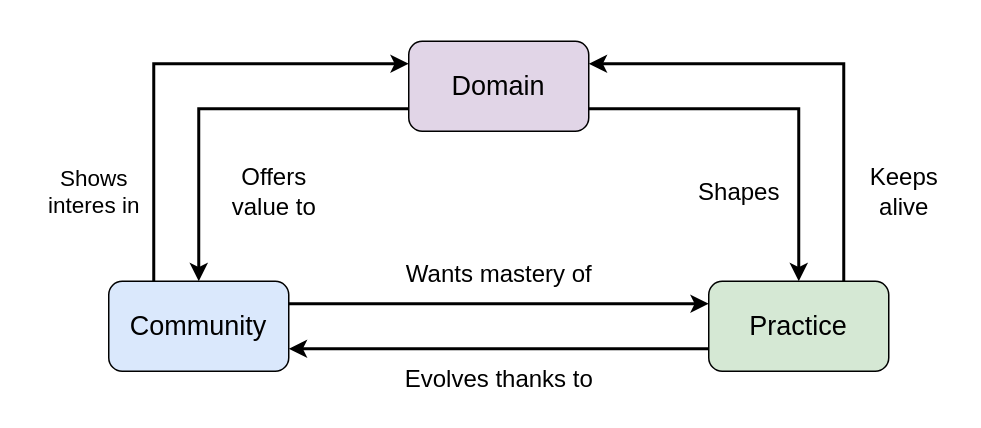
speregil/Thesis-Document keeps this draw.io diagram as Figures & Tables/Chapter 2/Figure 2 - Elements of a Community of Practice.drawio. Above is the earlier version. Source tidied: cells renumbered, new cells numbered last; positions are measured from the earlier drawing's top-left corner, leaving out a move shared by most shapes. Both pictures are drawn from the tidied source at 150%, with x=0, y=0 at pixel (33, 40).
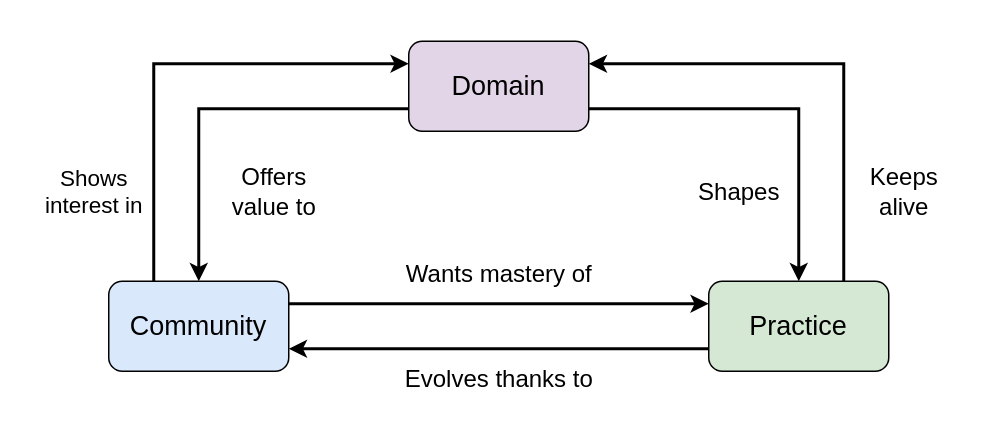
After the change.

What changed in the source:
```diff
@@
 <mxGraphModel>
   <root>
     <mxCell id="0" />
     <mxCell id="1" parent="0" />
+    <mxCell id="17" style="rounded=0;whiteSpace=wrap;html=1;strokeColor=none;" parent="1" vertex="1">
+      <mxGeometry y="-10" width="610" height="250" as="geometry" />
+    </mxCell>
     <mxCell id="2" style="edgeStyle=orthogonalEdgeStyle;rounded=0;jettySize=auto;html=1;exitX=0;exitY=0.75;exitDx=0;exitDy=0;entryX=0.5;entryY=0;entryDx=0;entryDy=0;strokeWidth=2;" parent="1" edge="1" source="4" target="7">
       <mxGeometry relative="1" as="geometry" />
     </mxCell>
     <mxCell id="3" style="edgeStyle=orthogonalEdgeStyle;rounded=0;jettySize=auto;html=1;exitX=1;exitY=0.75;exitDx=0;exitDy=0;entryX=0.5;entryY=0;entryDx=0;entryDy=0;strokeWidth=2;" parent="1" edge="1" source="4" target="10">
       <mxGeometry relative="1" as="geometry" />
     </mxCell>
     <mxCell id="4" value="Domain" style="rounded=1;whiteSpace=wrap;html=1;fontSize=18;fillColor=#e1d5e7;strokeColor=#000000;" parent="1" vertex="1">
       <mxGeometry x="250" width="120" height="60" as="geometry" />
     </mxCell>
     <mxCell id="5" style="edgeStyle=orthogonalEdgeStyle;rounded=0;jettySize=auto;html=1;exitX=0.25;exitY=0;exitDx=0;exitDy=0;entryX=0;entryY=0.25;entryDx=0;entryDy=0;strokeWidth=2;" parent="1" edge="1" source="7" target="4">
       <mxGeometry relative="1" as="geometry" />
     </mxCell>
     <mxCell id="6" style="edgeStyle=orthogonalEdgeStyle;rounded=0;jettySize=auto;html=1;exitX=1;exitY=0.25;exitDx=0;exitDy=0;entryX=0;entryY=0.25;entryDx=0;entryDy=0;strokeWidth=2;" parent="1" edge="1" source="7" target="10">
       <mxGeometry relative="1" as="geometry" />
     </mxCell>
     <mxCell id="7" value="Community" style="rounded=1;whiteSpace=wrap;html=1;fontSize=18;fillColor=#dae8fc;strokeColor=#000000;" parent="1" vertex="1">
       <mxGeometry x="50" y="160" width="120" height="60" as="geometry" />
     </mxCell>
     <mxCell id="8" style="edgeStyle=orthogonalEdgeStyle;rounded=0;jettySize=auto;html=1;exitX=0;exitY=0.75;exitDx=0;exitDy=0;entryX=1;entryY=0.75;entryDx=0;entryDy=0;strokeWidth=2;" parent="1" edge="1" source="10" target="7">
       <mxGeometry relative="1" as="geometry" />
     </mxCell>
     <mxCell id="9" style="edgeStyle=orthogonalEdgeStyle;rounded=0;jettySize=auto;html=1;exitX=0.75;exitY=0;exitDx=0;exitDy=0;entryX=1;entryY=0.25;entryDx=0;entryDy=0;strokeWidth=2;" parent="1" edge="1" source="10" target="4">
       <mxGeometry relative="1" as="geometry" />
     </mxCell>
     <mxCell id="10" value="Practice" style="rounded=1;whiteSpace=wrap;html=1;fontSize=18;fillColor=#d5e8d4;strokeColor=#000000;" parent="1" vertex="1">
       <mxGeometry x="450" y="160" width="120" height="60" as="geometry" />
     </mxCell>
-    <mxCell id="11" value="Shows&lt;div&gt;interes in&lt;/div&gt;" style="text;html=1;align=center;verticalAlign=middle;strokeColor=none;fillColor=none;fontSize=15;" parent="1" vertex="1">
-      <mxGeometry y="75" width="80" height="50" as="geometry" />
+    <mxCell id="11" value="Shows&lt;div&gt;interest in&lt;/div&gt;" style="text;html=1;align=center;verticalAlign=middle;strokeColor=none;fillColor=none;fontSize=15;" parent="1" vertex="1">
+      <mxGeometry x="-5" y="75" width="90" height="50" as="geometry" />
     </mxCell>
     <mxCell id="12" value="Offers&lt;div&gt;value to&lt;/div&gt;" style="text;html=1;align=center;verticalAlign=middle;strokeColor=none;fillColor=none;fontSize=16;" parent="1" vertex="1">
       <mxGeometry x="120" y="75" width="80" height="50" as="geometry" />
     </mxCell>
     <mxCell id="13" value="Wants mastery of" style="text;html=1;align=center;verticalAlign=middle;strokeColor=none;fillColor=none;fontSize=16;" parent="1" vertex="1">
       <mxGeometry x="235" y="140" width="150" height="30" as="geometry" />
     </mxCell>
     <mxCell id="14" value="Evolves thanks to" style="text;html=1;align=center;verticalAlign=middle;strokeColor=none;fillColor=none;fontSize=16;" parent="1" vertex="1">
       <mxGeometry x="235" y="210" width="150" height="30" as="geometry" />
     </mxCell>
     <mxCell id="15" value="Shapes" style="text;html=1;align=center;verticalAlign=middle;strokeColor=none;fillColor=none;fontSize=16;" parent="1" vertex="1">
       <mxGeometry x="430" y="85" width="80" height="30" as="geometry" />
     </mxCell>
     <mxCell id="16" value="Keeps&lt;div&gt;alive&lt;/div&gt;" style="text;html=1;align=center;verticalAlign=middle;strokeColor=none;fillColor=none;fontSize=16;" parent="1" vertex="1">
       <mxGeometry x="545" y="75" width="70" height="50" as="geometry" />
     </mxCell>
   </root>
 </mxGraphModel>
```
